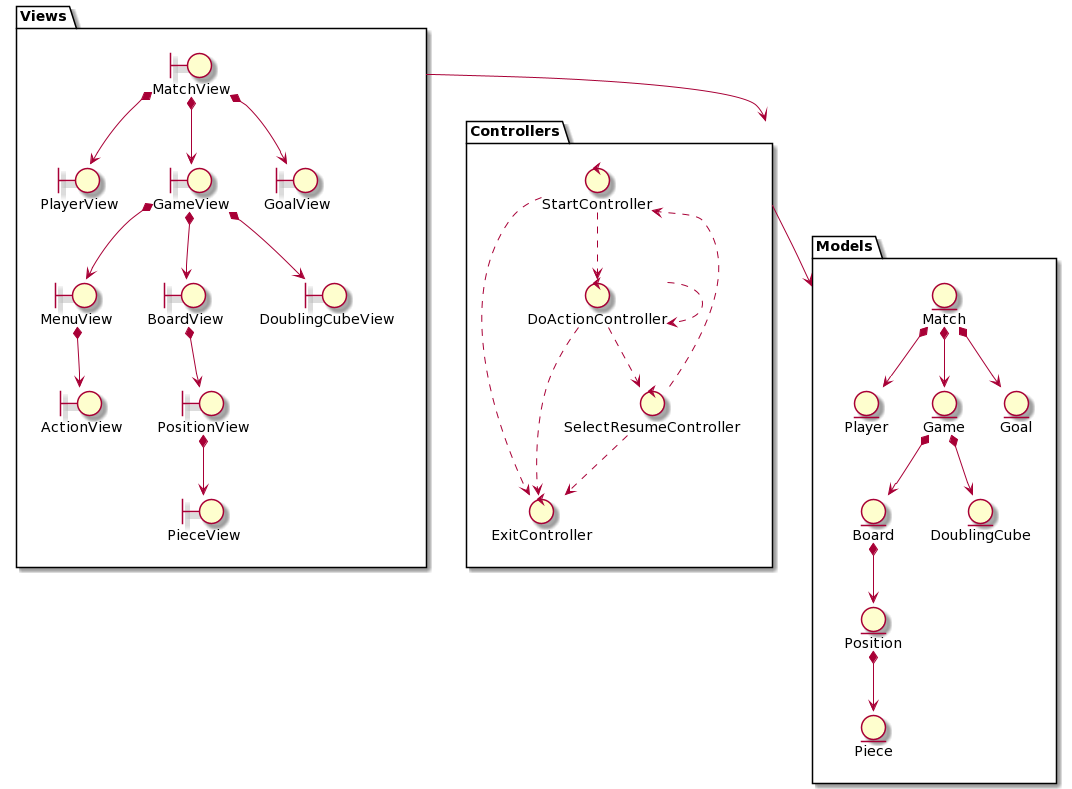
The PlantUML diagram rup/analysis/architecture.png in USantaTecla-game-backgammon/backgammon, before a commit.
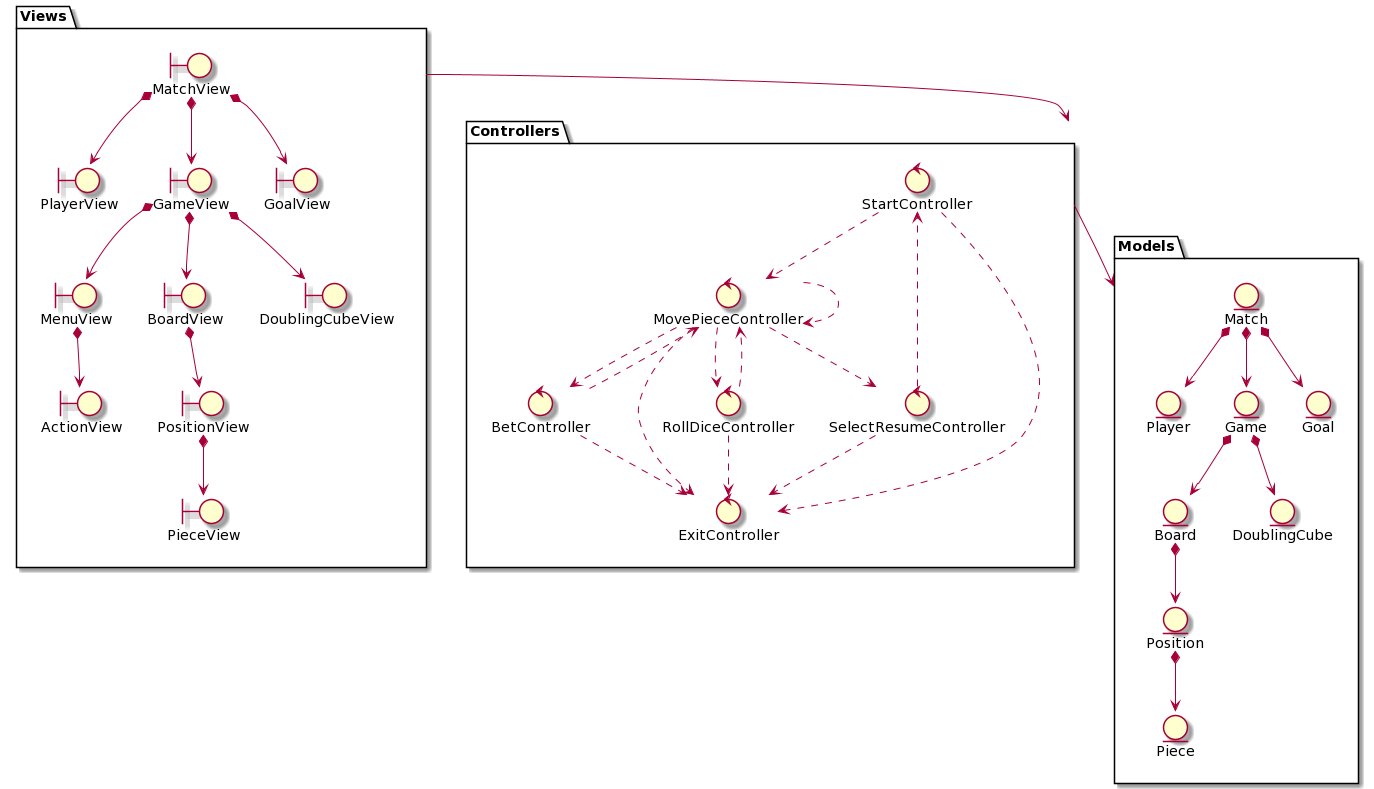
Above is the later version.

Diff of the diagram source:
```diff
@@ -43,15 +43,24 @@
 
 package Controllers {
     control StartController
-    control DoActionController
+    control BetController
+    control MovePieceController
+    control RollDiceController
     control SelectResumeController
     control ExitController
 
-    StartController ..> DoActionController
+    StartController ..> MovePieceController
     StartController ..> ExitController
-    DoActionController ..> DoActionController
-    DoActionController ..> SelectResumeController
-    DoActionController ..> ExitController
+    MovePieceController ..> MovePieceController
+    MovePieceController ..> BetController
+    MovePieceController ..> ExitController
+    MovePieceController ..> RollDiceController
+    MovePieceController ..> SelectResumeController
+    RollDiceController ..> MovePieceController
+    RollDiceController ..> ExitController
+    BetController ..> ExitController
+    BetController ..> MovePieceController
+
     SelectResumeController ..> StartController
     SelectResumeController ..> ExitController
 }
```
